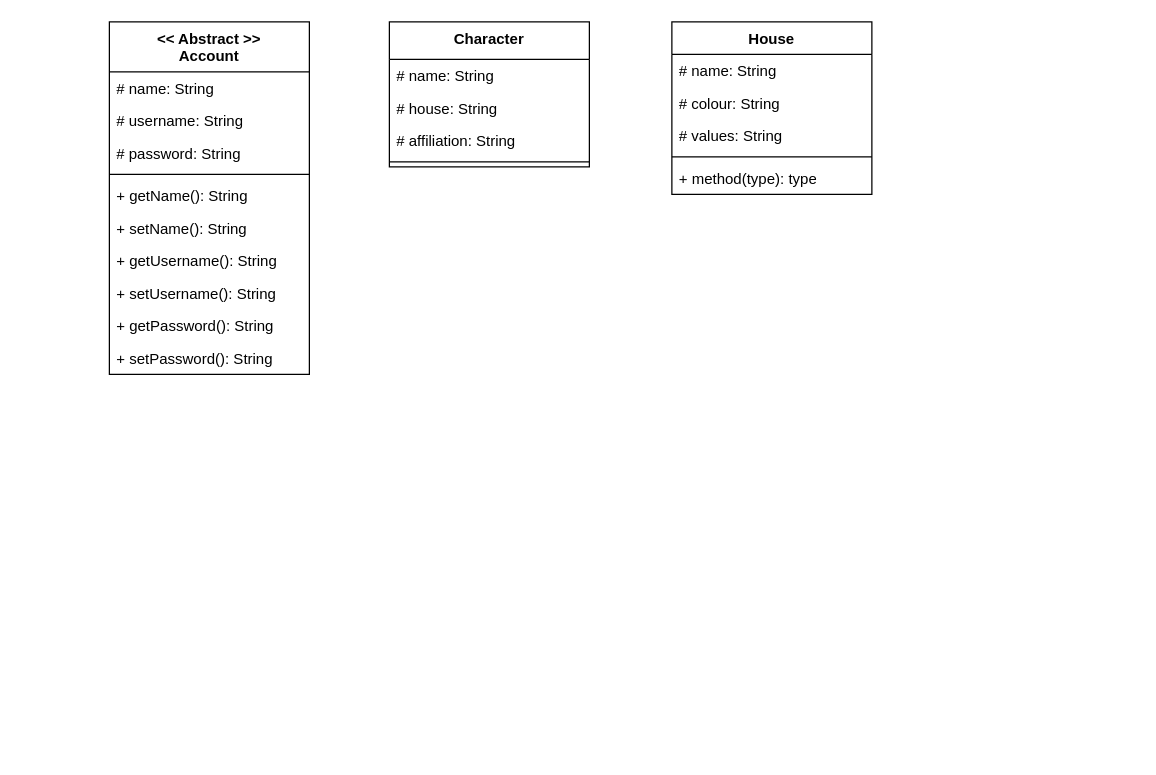
Earlier version of the draw.io diagram hp.drawio (laurasultan/java). Source tidied: cells renumbered, new cells numbered last; positions are measured from the earlier drawing's top-left corner, leaving out a move shared by most shapes. Both pictures are drawn from the tidied source at 125%, with x=0, y=0 at pixel (109, 21).
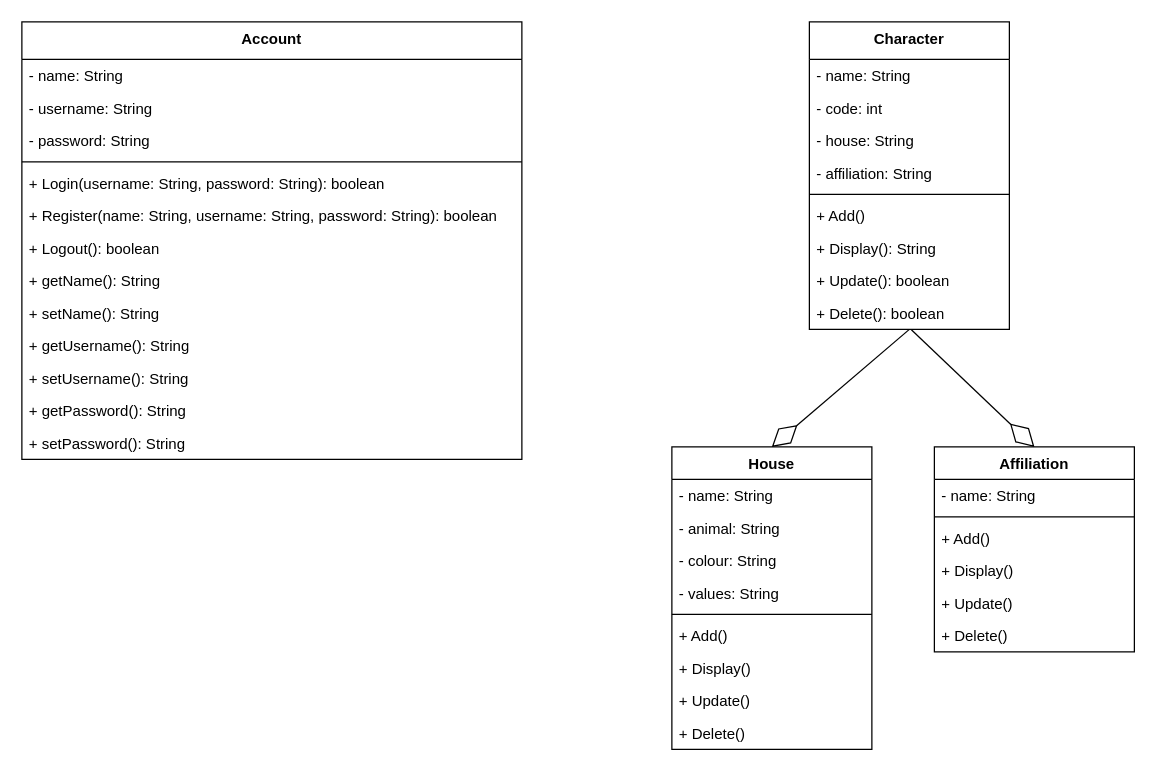
The same page after the edit.

The edit, as a diff of the source:
```diff
@@
     <mxCell id="2" value="&lt;div&gt;Character&lt;br&gt;&lt;/div&gt;" style="swimlane;fontStyle=1;align=center;verticalAlign=top;horizontal=1;startSize=30;whiteSpace=wrap;html=1;" parent="1" vertex="1">
-      <mxGeometry x="224" width="160" height="116" as="geometry" />
+      <mxGeometry x="560" width="160" height="246" as="geometry" />
     </mxCell>
-    <mxCell id="3" value="# name: String" style="text;strokeColor=none;fillColor=none;align=left;verticalAlign=top;spacingLeft=4;spacingRight=4;overflow=hidden;whiteSpace=wrap;html=1;" parent="2" vertex="1">
+    <mxCell id="3" value="- name: String" style="text;strokeColor=none;fillColor=none;align=left;verticalAlign=top;spacingLeft=4;spacingRight=4;overflow=hidden;whiteSpace=wrap;html=1;" parent="2" vertex="1">
       <mxGeometry y="30" width="160" height="26" as="geometry" />
     </mxCell>
+    <mxCell id="24" value="- code: int" style="text;strokeColor=none;fillColor=none;align=left;verticalAlign=top;spacingLeft=4;spacingRight=4;overflow=hidden;whiteSpace=wrap;html=1;" parent="2" vertex="1">
+      <mxGeometry y="56" width="160" height="26" as="geometry" />
+    </mxCell>
-    <mxCell id="4" value="# house: String" style="text;strokeColor=none;fillColor=none;align=left;verticalAlign=top;spacingLeft=4;spacingRight=4;overflow=hidden;whiteSpace=wrap;html=1;" parent="2" vertex="1">
-      <mxGeometry y="56" width="160" height="26" as="geometry" />
+    <mxCell id="4" value="- house: String" style="text;strokeColor=none;fillColor=none;align=left;verticalAlign=top;spacingLeft=4;spacingRight=4;overflow=hidden;whiteSpace=wrap;html=1;" parent="2" vertex="1">
+      <mxGeometry y="82" width="160" height="26" as="geometry" />
     </mxCell>
-    <mxCell id="5" value="# affiliation: String" style="text;strokeColor=none;fillColor=none;align=left;verticalAlign=top;spacingLeft=4;spacingRight=4;overflow=hidden;whiteSpace=wrap;html=1;" parent="2" vertex="1">
-      <mxGeometry y="82" width="160" height="26" as="geometry" />
+    <mxCell id="5" value="- affiliation: String" style="text;strokeColor=none;fillColor=none;align=left;verticalAlign=top;spacingLeft=4;spacingRight=4;overflow=hidden;whiteSpace=wrap;html=1;" parent="2" vertex="1">
+      <mxGeometry y="108" width="160" height="26" as="geometry" />
     </mxCell>
     <mxCell id="6" style="line;strokeWidth=1;fillColor=none;align=left;verticalAlign=middle;spacingTop=-1;spacingLeft=3;spacingRight=3;labelPosition=right;strokeColor=inherit;" parent="2" vertex="1">
-      <mxGeometry y="108" width="160" height="8" as="geometry" />
+      <mxGeometry y="134" width="160" height="8" as="geometry" />
     </mxCell>
+    <mxCell id="25" value="&lt;div&gt;+ Add()&lt;/div&gt;" style="text;strokeColor=none;fillColor=none;align=left;verticalAlign=top;spacingLeft=4;spacingRight=4;overflow=hidden;whiteSpace=wrap;html=1;" parent="2" vertex="1">
+      <mxGeometry y="142" width="160" height="26" as="geometry" />
+    </mxCell>
+    <mxCell id="26" value="&lt;div&gt;+ Display(): String&lt;br&gt;&lt;/div&gt;" style="text;strokeColor=none;fillColor=none;align=left;verticalAlign=top;spacingLeft=4;spacingRight=4;overflow=hidden;whiteSpace=wrap;html=1;" parent="2" vertex="1">
+      <mxGeometry y="168" width="160" height="26" as="geometry" />
+    </mxCell>
+    <mxCell id="27" value="&lt;div&gt;+ Update(): boolean&lt;br&gt;&lt;/div&gt;" style="text;strokeColor=none;fillColor=none;align=left;verticalAlign=top;spacingLeft=4;spacingRight=4;overflow=hidden;whiteSpace=wrap;html=1;" parent="2" vertex="1">
+      <mxGeometry y="194" width="160" height="26" as="geometry" />
+    </mxCell>
+    <mxCell id="28" value="&lt;div&gt;+ Delete(): boolean&lt;br&gt;&lt;/div&gt;" style="text;strokeColor=none;fillColor=none;align=left;verticalAlign=top;spacingLeft=4;spacingRight=4;overflow=hidden;points=[[0,0.5],[1,0.5]];portConstraint=eastwest;whiteSpace=wrap;html=1;" parent="2" vertex="1">
+      <mxGeometry y="220" width="160" height="26" as="geometry" />
+    </mxCell>
-    <mxCell id="7" value="&lt;div&gt;&amp;lt;&amp;lt; Abstract &amp;gt;&amp;gt;&lt;/div&gt;&lt;div&gt;Account&lt;br&gt;&lt;/div&gt;" style="swimlane;fontStyle=1;align=center;verticalAlign=top;horizontal=1;startSize=40;whiteSpace=wrap;html=1;" parent="1" vertex="1">
-      <mxGeometry width="160" height="282" as="geometry" />
+    <mxCell id="7" value="&lt;div&gt;Account&lt;br&gt;&lt;/div&gt;" style="swimlane;fontStyle=1;align=center;verticalAlign=top;horizontal=1;startSize=30;whiteSpace=wrap;html=1;" parent="1" vertex="1">
+      <mxGeometry x="-70" width="400" height="350" as="geometry" />
     </mxCell>
-    <mxCell id="8" value="# name: String" style="text;strokeColor=none;fillColor=none;align=left;verticalAlign=top;spacingLeft=4;spacingRight=4;overflow=hidden;whiteSpace=wrap;html=1;" parent="7" vertex="1">
-      <mxGeometry y="40" width="160" height="26" as="geometry" />
+    <mxCell id="8" value="- name: String" style="text;strokeColor=none;fillColor=none;align=left;verticalAlign=top;spacingLeft=4;spacingRight=4;overflow=hidden;whiteSpace=wrap;html=1;" parent="7" vertex="1">
+      <mxGeometry y="30" width="400" height="26" as="geometry" />
     </mxCell>
-    <mxCell id="9" value="# username: String" style="text;strokeColor=none;fillColor=none;align=left;verticalAlign=top;spacingLeft=4;spacingRight=4;overflow=hidden;whiteSpace=wrap;html=1;" parent="7" vertex="1">
-      <mxGeometry y="66" width="160" height="26" as="geometry" />
+    <mxCell id="9" value="- username: String" style="text;strokeColor=none;fillColor=none;align=left;verticalAlign=top;spacingLeft=4;spacingRight=4;overflow=hidden;whiteSpace=wrap;html=1;" parent="7" vertex="1">
+      <mxGeometry y="56" width="400" height="26" as="geometry" />
     </mxCell>
-    <mxCell id="10" value="# password: String" style="text;strokeColor=none;fillColor=none;align=left;verticalAlign=top;spacingLeft=4;spacingRight=4;overflow=hidden;whiteSpace=wrap;html=1;" parent="7" vertex="1">
-      <mxGeometry y="92" width="160" height="26" as="geometry" />
+    <mxCell id="10" value="- password: String" style="text;strokeColor=none;fillColor=none;align=left;verticalAlign=top;spacingLeft=4;spacingRight=4;overflow=hidden;whiteSpace=wrap;html=1;" parent="7" vertex="1">
+      <mxGeometry y="82" width="400" height="26" as="geometry" />
     </mxCell>
     <mxCell id="11" style="line;strokeWidth=1;fillColor=none;align=left;verticalAlign=middle;spacingTop=-1;spacingLeft=3;spacingRight=3;labelPosition=right;strokeColor=inherit;" parent="7" vertex="1">
-      <mxGeometry y="118" width="160" height="8" as="geometry" />
+      <mxGeometry y="108" width="400" height="8" as="geometry" />
     </mxCell>
+    <mxCell id="29" value="+ Login(username: String, password: String): boolean" style="text;strokeColor=none;fillColor=none;align=left;verticalAlign=top;spacingLeft=4;spacingRight=4;overflow=hidden;whiteSpace=wrap;html=1;" parent="7" vertex="1">
+      <mxGeometry y="116" width="400" height="26" as="geometry" />
+    </mxCell>
+    <mxCell id="30" value="+ Register(name: String, username: String, password: String): boolean" style="text;strokeColor=none;fillColor=none;align=left;verticalAlign=top;spacingLeft=4;spacingRight=4;overflow=hidden;whiteSpace=wrap;html=1;" parent="7" vertex="1">
+      <mxGeometry y="142" width="400" height="26" as="geometry" />
+    </mxCell>
+    <mxCell id="31" value="+ Logout(): boolean" style="text;strokeColor=none;fillColor=none;align=left;verticalAlign=top;spacingLeft=4;spacingRight=4;overflow=hidden;whiteSpace=wrap;html=1;" parent="7" vertex="1">
+      <mxGeometry y="168" width="400" height="26" as="geometry" />
+    </mxCell>
     <mxCell id="12" value="+ getName(): String" style="text;strokeColor=none;fillColor=none;align=left;verticalAlign=top;spacingLeft=4;spacingRight=4;overflow=hidden;whiteSpace=wrap;html=1;" parent="7" vertex="1">
-      <mxGeometry y="126" width="160" height="26" as="geometry" />
+      <mxGeometry y="194" width="400" height="26" as="geometry" />
     </mxCell>
     <mxCell id="13" value="+ setName(): String" style="text;strokeColor=none;fillColor=none;align=left;verticalAlign=top;spacingLeft=4;spacingRight=4;overflow=hidden;whiteSpace=wrap;html=1;" parent="7" vertex="1">
-      <mxGeometry y="152" width="160" height="26" as="geometry" />
+      <mxGeometry y="220" width="400" height="26" as="geometry" />
     </mxCell>
     <mxCell id="14" value="+ getUsername(): String" style="text;strokeColor=none;fillColor=none;align=left;verticalAlign=top;spacingLeft=4;spacingRight=4;overflow=hidden;whiteSpace=wrap;html=1;" parent="7" vertex="1">
-      <mxGeometry y="178" width="160" height="26" as="geometry" />
+      <mxGeometry y="246" width="400" height="26" as="geometry" />
     </mxCell>
     <mxCell id="15" value="+ setUsername(): String" style="text;strokeColor=none;fillColor=none;align=left;verticalAlign=top;spacingLeft=4;spacingRight=4;overflow=hidden;whiteSpace=wrap;html=1;" parent="7" vertex="1">
-      <mxGeometry y="204" width="160" height="26" as="geometry" />
+      <mxGeometry y="272" width="400" height="26" as="geometry" />
     </mxCell>
     <mxCell id="16" value="+ getPassword(): String" style="text;strokeColor=none;fillColor=none;align=left;verticalAlign=top;spacingLeft=4;spacingRight=4;overflow=hidden;whiteSpace=wrap;html=1;" parent="7" vertex="1">
-      <mxGeometry y="230" width="160" height="26" as="geometry" />
+      <mxGeometry y="298" width="400" height="26" as="geometry" />
     </mxCell>
     <mxCell id="17" value="+ setPassword(): String" style="text;strokeColor=none;fillColor=none;align=left;verticalAlign=top;spacingLeft=4;spacingRight=4;overflow=hidden;whiteSpace=wrap;html=1;" parent="7" vertex="1">
-      <mxGeometry y="256" width="160" height="26" as="geometry" />
+      <mxGeometry y="324" width="400" height="26" as="geometry" />
     </mxCell>
     <mxCell id="18" value="House" style="swimlane;fontStyle=1;align=center;verticalAlign=top;horizontal=1;startSize=26;whiteSpace=wrap;html=1;" parent="1" vertex="1">
-      <mxGeometry x="450" width="160" height="138" as="geometry" />
+      <mxGeometry x="450" y="340" width="160" height="242" as="geometry" />
     </mxCell>
-    <mxCell id="19" value="# name: String" style="text;strokeColor=none;fillColor=none;align=left;verticalAlign=top;spacingLeft=4;spacingRight=4;overflow=hidden;whiteSpace=wrap;html=1;" parent="18" vertex="1">
+    <mxCell id="19" value="- name: String" style="text;strokeColor=none;fillColor=none;align=left;verticalAlign=top;spacingLeft=4;spacingRight=4;overflow=hidden;whiteSpace=wrap;html=1;" parent="18" vertex="1">
       <mxGeometry y="26" width="160" height="26" as="geometry" />
     </mxCell>
-    <mxCell id="20" value="# colour: String" style="text;strokeColor=none;fillColor=none;align=left;verticalAlign=top;spacingLeft=4;spacingRight=4;overflow=hidden;whiteSpace=wrap;html=1;" parent="18" vertex="1">
+    <mxCell id="20" value="- animal: String" style="text;strokeColor=none;fillColor=none;align=left;verticalAlign=top;spacingLeft=4;spacingRight=4;overflow=hidden;whiteSpace=wrap;html=1;" parent="18" vertex="1">
       <mxGeometry y="52" width="160" height="26" as="geometry" />
     </mxCell>
+    <mxCell id="32" value="- colour: String" style="text;strokeColor=none;fillColor=none;align=left;verticalAlign=top;spacingLeft=4;spacingRight=4;overflow=hidden;whiteSpace=wrap;html=1;" parent="18" vertex="1">
+      <mxGeometry y="78" width="160" height="26" as="geometry" />
+    </mxCell>
-    <mxCell id="21" value="# values: String" style="text;strokeColor=none;fillColor=none;align=left;verticalAlign=top;spacingLeft=4;spacingRight=4;overflow=hidden;whiteSpace=wrap;html=1;" parent="18" vertex="1">
-      <mxGeometry y="78" width="160" height="26" as="geometry" />
+    <mxCell id="21" value="- values: String" style="text;strokeColor=none;fillColor=none;align=left;verticalAlign=top;spacingLeft=4;spacingRight=4;overflow=hidden;whiteSpace=wrap;html=1;" parent="18" vertex="1">
+      <mxGeometry y="104" width="160" height="26" as="geometry" />
     </mxCell>
     <mxCell id="22" style="line;strokeWidth=1;fillColor=none;align=left;verticalAlign=middle;spacingTop=-1;spacingLeft=3;spacingRight=3;labelPosition=right;strokeColor=inherit;" parent="18" vertex="1">
-      <mxGeometry y="104" width="160" height="8" as="geometry" />
+      <mxGeometry y="130" width="160" height="8" as="geometry" />
     </mxCell>
-    <mxCell id="23" value="+ method(type): type" style="text;strokeColor=none;fillColor=none;align=left;verticalAlign=top;spacingLeft=4;spacingRight=4;overflow=hidden;whiteSpace=wrap;html=1;" parent="18" vertex="1">
-      <mxGeometry y="112" width="160" height="26" as="geometry" />
-    </mxCell>
+    <mxCell id="33" value="&lt;div&gt;+ Add()&lt;/div&gt;" style="text;strokeColor=none;fillColor=none;align=left;verticalAlign=top;spacingLeft=4;spacingRight=4;overflow=hidden;whiteSpace=wrap;html=1;" parent="18" vertex="1">
+      <mxGeometry y="138" width="160" height="26" as="geometry" />
+    </mxCell>
+    <mxCell id="34" value="&lt;div&gt;+ Display()&lt;/div&gt;" style="text;strokeColor=none;fillColor=none;align=left;verticalAlign=top;spacingLeft=4;spacingRight=4;overflow=hidden;whiteSpace=wrap;html=1;" parent="18" vertex="1">
+      <mxGeometry y="164" width="160" height="26" as="geometry" />
+    </mxCell>
+    <mxCell id="35" value="&lt;div&gt;+ Update()&lt;/div&gt;" style="text;strokeColor=none;fillColor=none;align=left;verticalAlign=top;spacingLeft=4;spacingRight=4;overflow=hidden;whiteSpace=wrap;html=1;" parent="18" vertex="1">
+      <mxGeometry y="190" width="160" height="26" as="geometry" />
+    </mxCell>
+    <mxCell id="36" value="&lt;div&gt;+ Delete()&lt;/div&gt;" style="text;strokeColor=none;fillColor=none;align=left;verticalAlign=top;spacingLeft=4;spacingRight=4;overflow=hidden;whiteSpace=wrap;html=1;" parent="18" vertex="1">
+      <mxGeometry y="216" width="160" height="26" as="geometry" />
+    </mxCell>
+    <mxCell id="37" value="Affiliation" style="swimlane;fontStyle=1;align=center;verticalAlign=top;horizontal=1;startSize=26;whiteSpace=wrap;html=1;" parent="1" vertex="1">
+      <mxGeometry x="660" y="340" width="160" height="164" as="geometry" />
+    </mxCell>
+    <mxCell id="38" value="- name: String" style="text;strokeColor=none;fillColor=none;align=left;verticalAlign=top;spacingLeft=4;spacingRight=4;overflow=hidden;whiteSpace=wrap;html=1;" parent="37" vertex="1">
+      <mxGeometry y="26" width="160" height="26" as="geometry" />
+    </mxCell>
+    <mxCell id="39" style="line;strokeWidth=1;fillColor=none;align=left;verticalAlign=middle;spacingTop=-1;spacingLeft=3;spacingRight=3;labelPosition=right;strokeColor=inherit;" parent="37" vertex="1">
+      <mxGeometry y="52" width="160" height="8" as="geometry" />
+    </mxCell>
+    <mxCell id="40" value="&lt;div&gt;+ Add()&lt;/div&gt;" style="text;strokeColor=none;fillColor=none;align=left;verticalAlign=top;spacingLeft=4;spacingRight=4;overflow=hidden;whiteSpace=wrap;html=1;" parent="37" vertex="1">
+      <mxGeometry y="60" width="160" height="26" as="geometry" />
+    </mxCell>
+    <mxCell id="41" value="&lt;div&gt;+ Display()&lt;/div&gt;" style="text;strokeColor=none;fillColor=none;align=left;verticalAlign=top;spacingLeft=4;spacingRight=4;overflow=hidden;whiteSpace=wrap;html=1;" parent="37" vertex="1">
+      <mxGeometry y="86" width="160" height="26" as="geometry" />
+    </mxCell>
+    <mxCell id="42" value="&lt;div&gt;+ Update()&lt;/div&gt;" style="text;strokeColor=none;fillColor=none;align=left;verticalAlign=top;spacingLeft=4;spacingRight=4;overflow=hidden;whiteSpace=wrap;html=1;" parent="37" vertex="1">
+      <mxGeometry y="112" width="160" height="26" as="geometry" />
+    </mxCell>
+    <mxCell id="43" value="&lt;div&gt;+ Delete()&lt;/div&gt;" style="text;strokeColor=none;fillColor=none;align=left;verticalAlign=top;spacingLeft=4;spacingRight=4;overflow=hidden;whiteSpace=wrap;html=1;" parent="37" vertex="1">
+      <mxGeometry y="138" width="160" height="26" as="geometry" />
+    </mxCell>
+    <mxCell id="44" style="endArrow=diamondThin;endFill=0;endSize=24;html=1;rounded=0;entryX=0.5;entryY=0;entryDx=0;entryDy=0;exitX=0.5;exitY=1;exitDx=0;exitDy=0;" parent="1" edge="1" source="2" target="18">
+      <mxGeometry relative="1" as="geometry" />
+    </mxCell>
+    <mxCell id="45" style="endArrow=diamondThin;endFill=0;endSize=24;html=1;rounded=0;entryX=0.5;entryY=0;entryDx=0;entryDy=0;exitX=0.51;exitY=1.013;exitDx=0;exitDy=0;exitPerimeter=0;" parent="1" edge="1" source="28" target="37">
+      <mxGeometry relative="1" as="geometry" />
+    </mxCell>
```
